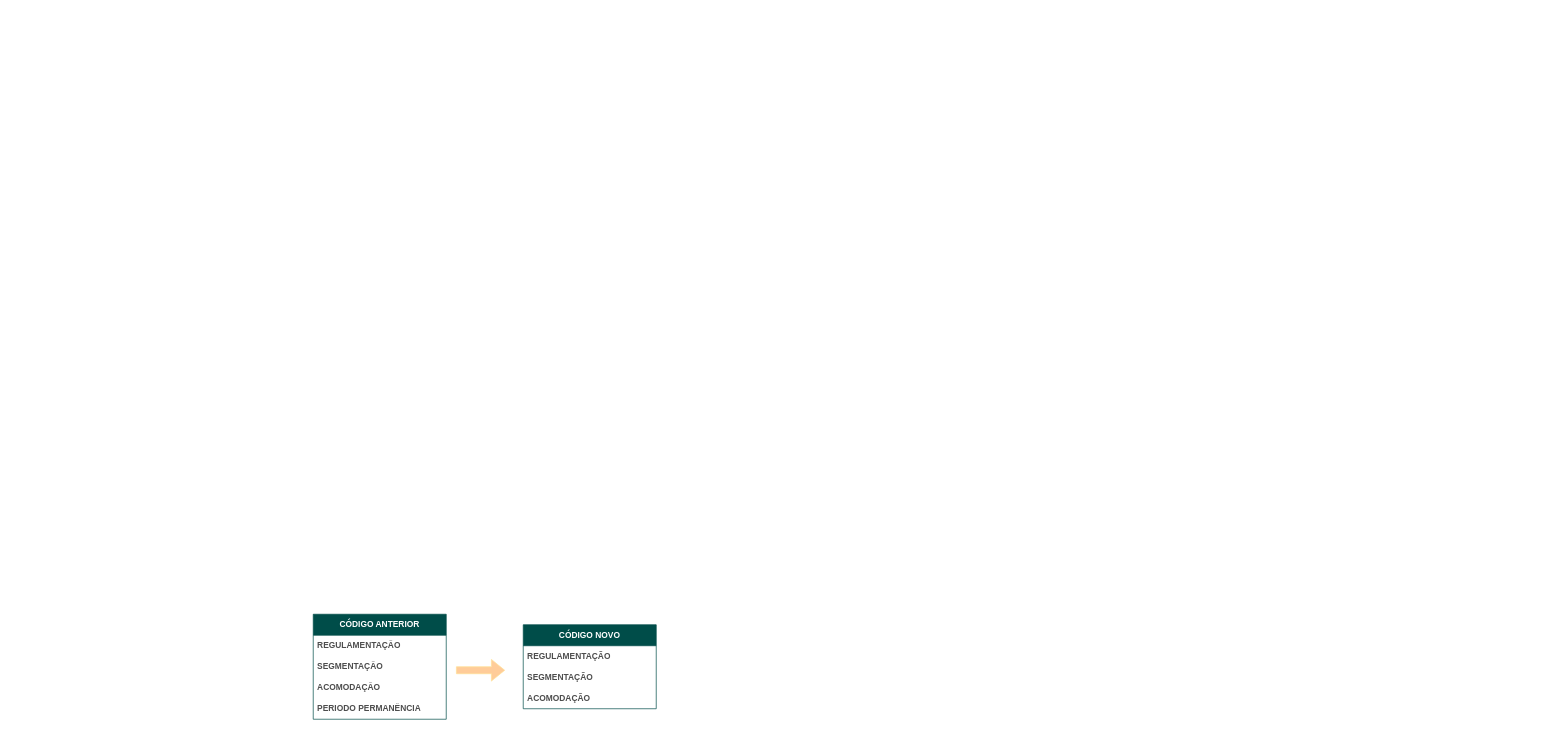
Before: CAR.drawio in Daniels-Silva/Daniels-Silva, a draw.io diagram. Source tidied: cells renumbered, new cells numbered last; positions are measured from the earlier drawing's top-left corner, leaving out a move shared by most shapes. Both pictures are drawn from the tidied source at 70%, with x=0, y=0 at pixel (313, 614).
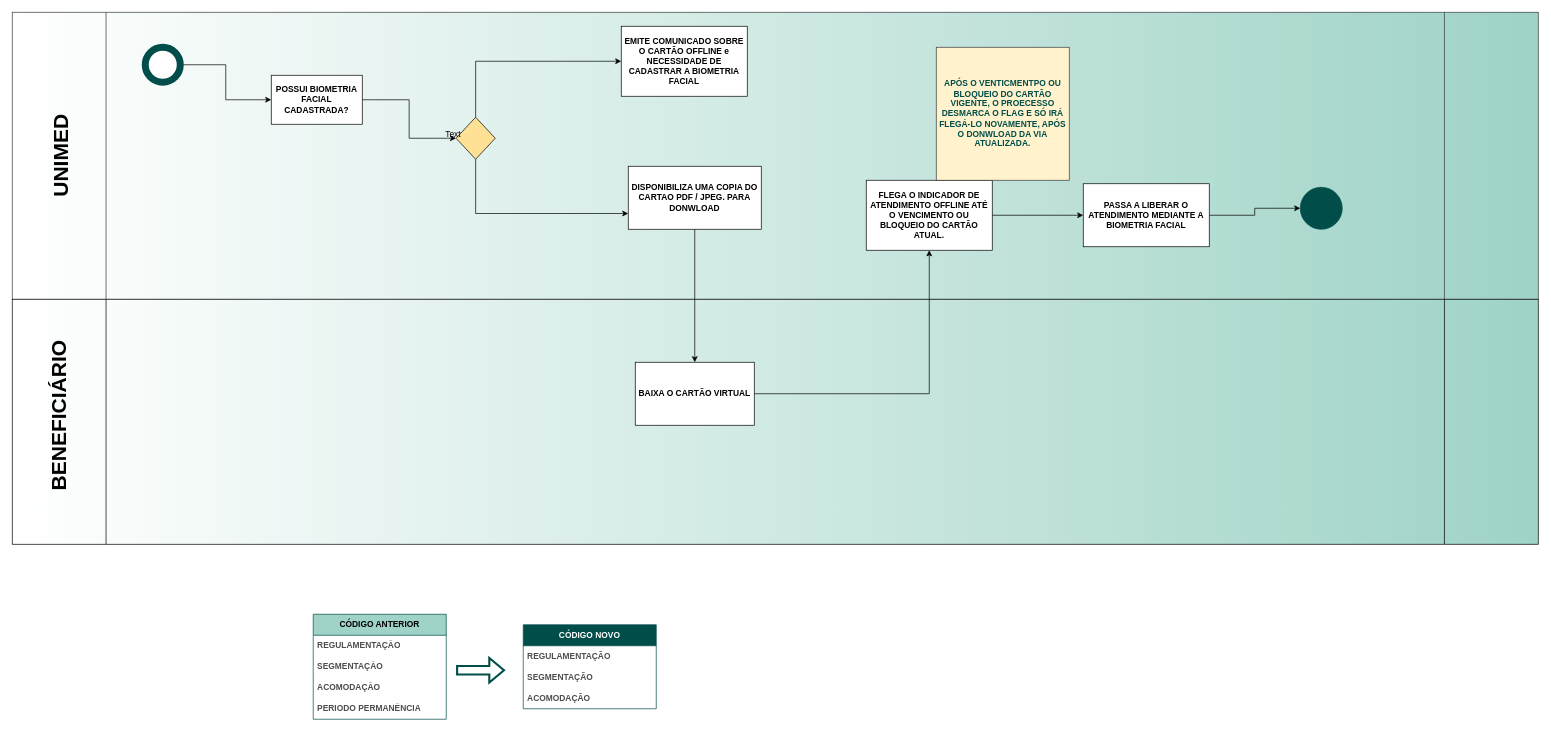
The same diagram, later.

What changed in the source:
```diff
@@
-    <mxCell id="2" value="CÓDIGO ANTERIOR" style="swimlane;fontStyle=1;horizontal=1;startSize=30;whiteSpace=wrap;html=1;fillColor=#004D49;strokeColor=#004D49;fontColor=#ffffff;labelBorderColor=#004D49;" parent="1" vertex="1">
+    <mxCell id="2" value="CÓDIGO ANTERIOR" style="swimlane;fontStyle=1;horizontal=1;startSize=30;whiteSpace=wrap;html=1;fillColor=#9FD3C7;strokeColor=#004D49;fontColor=#000000;labelBorderColor=none;" parent="1" vertex="1">
       <mxGeometry width="190" height="150" as="geometry" />
     </mxCell>
@@
-    <mxCell id="11" style="shape=flexArrow;endArrow=classic;html=1;rounded=0;fontColor=#616161;fillColor=#ffcc99;strokeColor=#FFE196;" parent="1" edge="1">
+    <mxCell id="11" style="shape=flexArrow;endArrow=classic;html=1;rounded=0;fontColor=#616161;strokeColor=#004D49;strokeWidth=3;" parent="1" edge="1">
       <mxGeometry relative="1" as="geometry">
         <mxPoint x="204" y="80" as="sourcePoint" />
         <mxPoint x="274" y="80" as="targetPoint" />
       </mxGeometry>
     </mxCell>
+    <mxCell id="12" style="shape=process;whiteSpace=wrap;html=1;backgroundOutline=1;size=0.06140350877192982;fillColor=#9FD3C7;strokeColor=#36393d;gradientColor=#FFFFFF;gradientDirection=west;" parent="1" vertex="1">
+      <mxGeometry x="-430" y="-860" width="2180" height="410" as="geometry" />
+    </mxCell>
+    <mxCell id="13" style="shape=process;whiteSpace=wrap;html=1;backgroundOutline=1;size=0.06140350877192982;fillColor=#9FD3C7;gradientColor=#FFFFFF;gradientDirection=west;" parent="1" vertex="1">
+      <mxGeometry x="-430" y="-450" width="2180" height="350" as="geometry" />
+    </mxCell>
+    <mxCell id="14" style="edgeStyle=orthogonalEdgeStyle;rounded=0;jettySize=auto;html=1;" parent="1" edge="1" source="15" target="17">
+      <mxGeometry relative="1" as="geometry" />
+    </mxCell>
+    <mxCell id="15" style="ellipse;whiteSpace=wrap;html=1;strokeColor=#004D49;strokeWidth=10;" parent="1" vertex="1">
+      <mxGeometry x="-240" y="-810" width="50" height="50" as="geometry" />
+    </mxCell>
+    <mxCell id="16" style="edgeStyle=orthogonalEdgeStyle;rounded=0;jettySize=auto;html=1;" parent="1" edge="1" source="17" target="20">
+      <mxGeometry relative="1" as="geometry" />
+    </mxCell>
+    <mxCell id="17" value="POSSUI BIOMETRIA FACIAL CADASTRADA?" style="whiteSpace=wrap;html=1;fontStyle=1;" parent="1" vertex="1">
+      <mxGeometry x="-60" y="-770" width="130" height="70" as="geometry" />
+    </mxCell>
+    <mxCell id="18" style="edgeStyle=orthogonalEdgeStyle;rounded=0;jettySize=auto;html=1;entryX=0;entryY=0.75;entryDx=0;entryDy=0;exitX=0.5;exitY=1;exitDx=0;exitDy=0;" parent="1" edge="1" source="20" target="22">
+      <mxGeometry relative="1" as="geometry" />
+    </mxCell>
+    <mxCell id="19" style="edgeStyle=orthogonalEdgeStyle;rounded=0;jettySize=auto;html=1;entryX=0;entryY=0.5;entryDx=0;entryDy=0;exitX=0.5;exitY=0;exitDx=0;exitDy=0;" parent="1" edge="1" source="20" target="23">
+      <mxGeometry relative="1" as="geometry" />
+    </mxCell>
+    <mxCell id="20" style="rhombus;whiteSpace=wrap;html=1;fillColor=#FFE196;" parent="1" vertex="1">
+      <mxGeometry x="204" y="-710" width="56" height="60" as="geometry" />
+    </mxCell>
+    <mxCell id="21" style="edgeStyle=orthogonalEdgeStyle;rounded=0;jettySize=auto;html=1;entryX=0.5;entryY=0;entryDx=0;entryDy=0;" parent="1" edge="1" source="22" target="25">
+      <mxGeometry relative="1" as="geometry" />
+    </mxCell>
+    <mxCell id="22" value="DISPONIBILIZA UMA COPIA DO CARTAO PDF / JPEG. PARA DONWLOAD" style="whiteSpace=wrap;html=1;fontStyle=1;" parent="1" vertex="1">
+      <mxGeometry x="450" y="-640" width="190" height="90" as="geometry" />
+    </mxCell>
+    <mxCell id="23" value="EMITE COMUNICADO SOBRE O CARTÃO OFFLINE e NECESSIDADE DE CADASTRAR A BIOMETRIA FACIAL" style="whiteSpace=wrap;html=1;fontStyle=1;" parent="1" vertex="1">
+      <mxGeometry x="440" y="-840" width="180" height="100" as="geometry" />
+    </mxCell>
+    <mxCell id="24" style="edgeStyle=orthogonalEdgeStyle;rounded=0;jettySize=auto;html=1;" parent="1" edge="1" source="25" target="27">
+      <mxGeometry relative="1" as="geometry" />
+    </mxCell>
+    <mxCell id="25" value="BAIXA O CARTÃO VIRTUAL" style="rounded=0;whiteSpace=wrap;html=1;fontStyle=1;" parent="1" vertex="1">
+      <mxGeometry x="460" y="-360" width="170" height="90" as="geometry" />
+    </mxCell>
+    <mxCell id="26" style="edgeStyle=orthogonalEdgeStyle;rounded=0;jettySize=auto;html=1;" parent="1" edge="1" source="27" target="29">
+      <mxGeometry relative="1" as="geometry" />
+    </mxCell>
+    <mxCell id="27" value="FLEGA O INDICADOR DE ATENDIMENTO OFFLINE ATÉ O VENCIMENTO OU BLOQUEIO DO CARTÃO ATUAL." style="whiteSpace=wrap;html=1;rounded=0;fontStyle=1;" parent="1" vertex="1">
+      <mxGeometry x="790" y="-620" width="180" height="100" as="geometry" />
+    </mxCell>
+    <mxCell id="28" style="edgeStyle=orthogonalEdgeStyle;rounded=0;jettySize=auto;html=1;" parent="1" edge="1" source="29" target="30">
+      <mxGeometry relative="1" as="geometry" />
+    </mxCell>
+    <mxCell id="29" value="PASSA A LIBERAR O ATENDIMENTO MEDIANTE A BIOMETRIA FACIAL" style="whiteSpace=wrap;html=1;rounded=0;fontStyle=1;" parent="1" vertex="1">
+      <mxGeometry x="1100" y="-615" width="180" height="90" as="geometry" />
+    </mxCell>
+    <mxCell id="30" style="ellipse;whiteSpace=wrap;html=1;rounded=0;strokeColor=#004D49;fillColor=#004D49;" parent="1" vertex="1">
+      <mxGeometry x="1410" y="-610" width="60" height="60" as="geometry" />
+    </mxCell>
+    <mxCell id="31" value="Text" style="text;html=1;align=center;verticalAlign=middle;whiteSpace=wrap;rounded=0;" parent="1" vertex="1">
+      <mxGeometry x="170" y="-700" width="60" height="30" as="geometry" />
+    </mxCell>
+    <mxCell id="32" value="&lt;font style=&quot;font-size: 30px;&quot;&gt;&lt;b style=&quot;&quot;&gt;UNIMED&lt;/b&gt;&lt;/font&gt;" style="text;html=1;align=center;verticalAlign=middle;whiteSpace=wrap;rounded=0;rotation=-90;" parent="1" vertex="1">
+      <mxGeometry x="-503.1" y="-716.9" width="285" height="123.8" as="geometry" />
+    </mxCell>
+    <mxCell id="33" value="&lt;font style=&quot;font-size: 30px;&quot;&gt;&lt;b&gt;BENEFICIÁRIO&lt;/b&gt;&lt;/font&gt;" style="text;html=1;align=center;verticalAlign=middle;whiteSpace=wrap;rounded=0;rotation=-90;" parent="1" vertex="1">
+      <mxGeometry x="-512" y="-346.2" width="297.5" height="125" as="geometry" />
+    </mxCell>
+    <mxCell id="34" value="&lt;b&gt;&lt;font color=&quot;#004d49&quot;&gt;APÓS O VENTICMENTPO OU BLOQUEIO DO CARTÃO VIGENTE, O PROECESSO DESMARCA O FLAG E SÓ IRÁ FLEGÁ-LO NOVAMENTE, APÓS O DONWLOAD DA VIA ATUALIZADA.&lt;/font&gt;&lt;/b&gt;" style="whiteSpace=wrap;html=1;fillColor=#FFF2CC;strokeColor=#36393d;" parent="1" vertex="1">
+      <mxGeometry x="890" y="-810" width="190" height="190" as="geometry" />
+    </mxCell>
```
